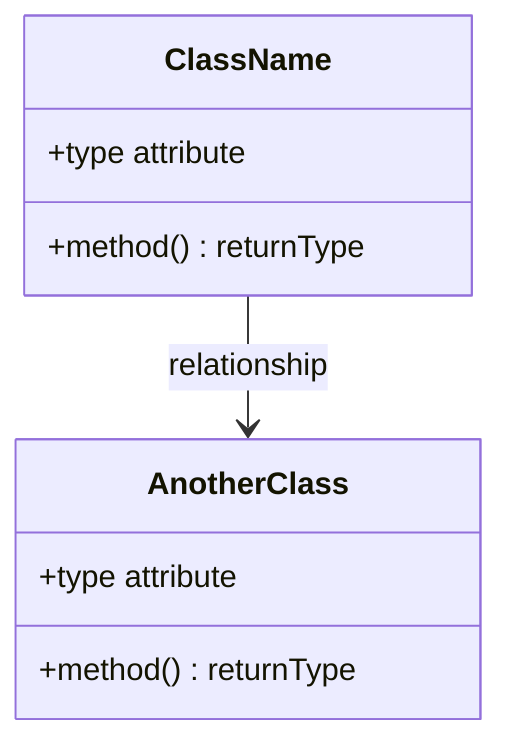
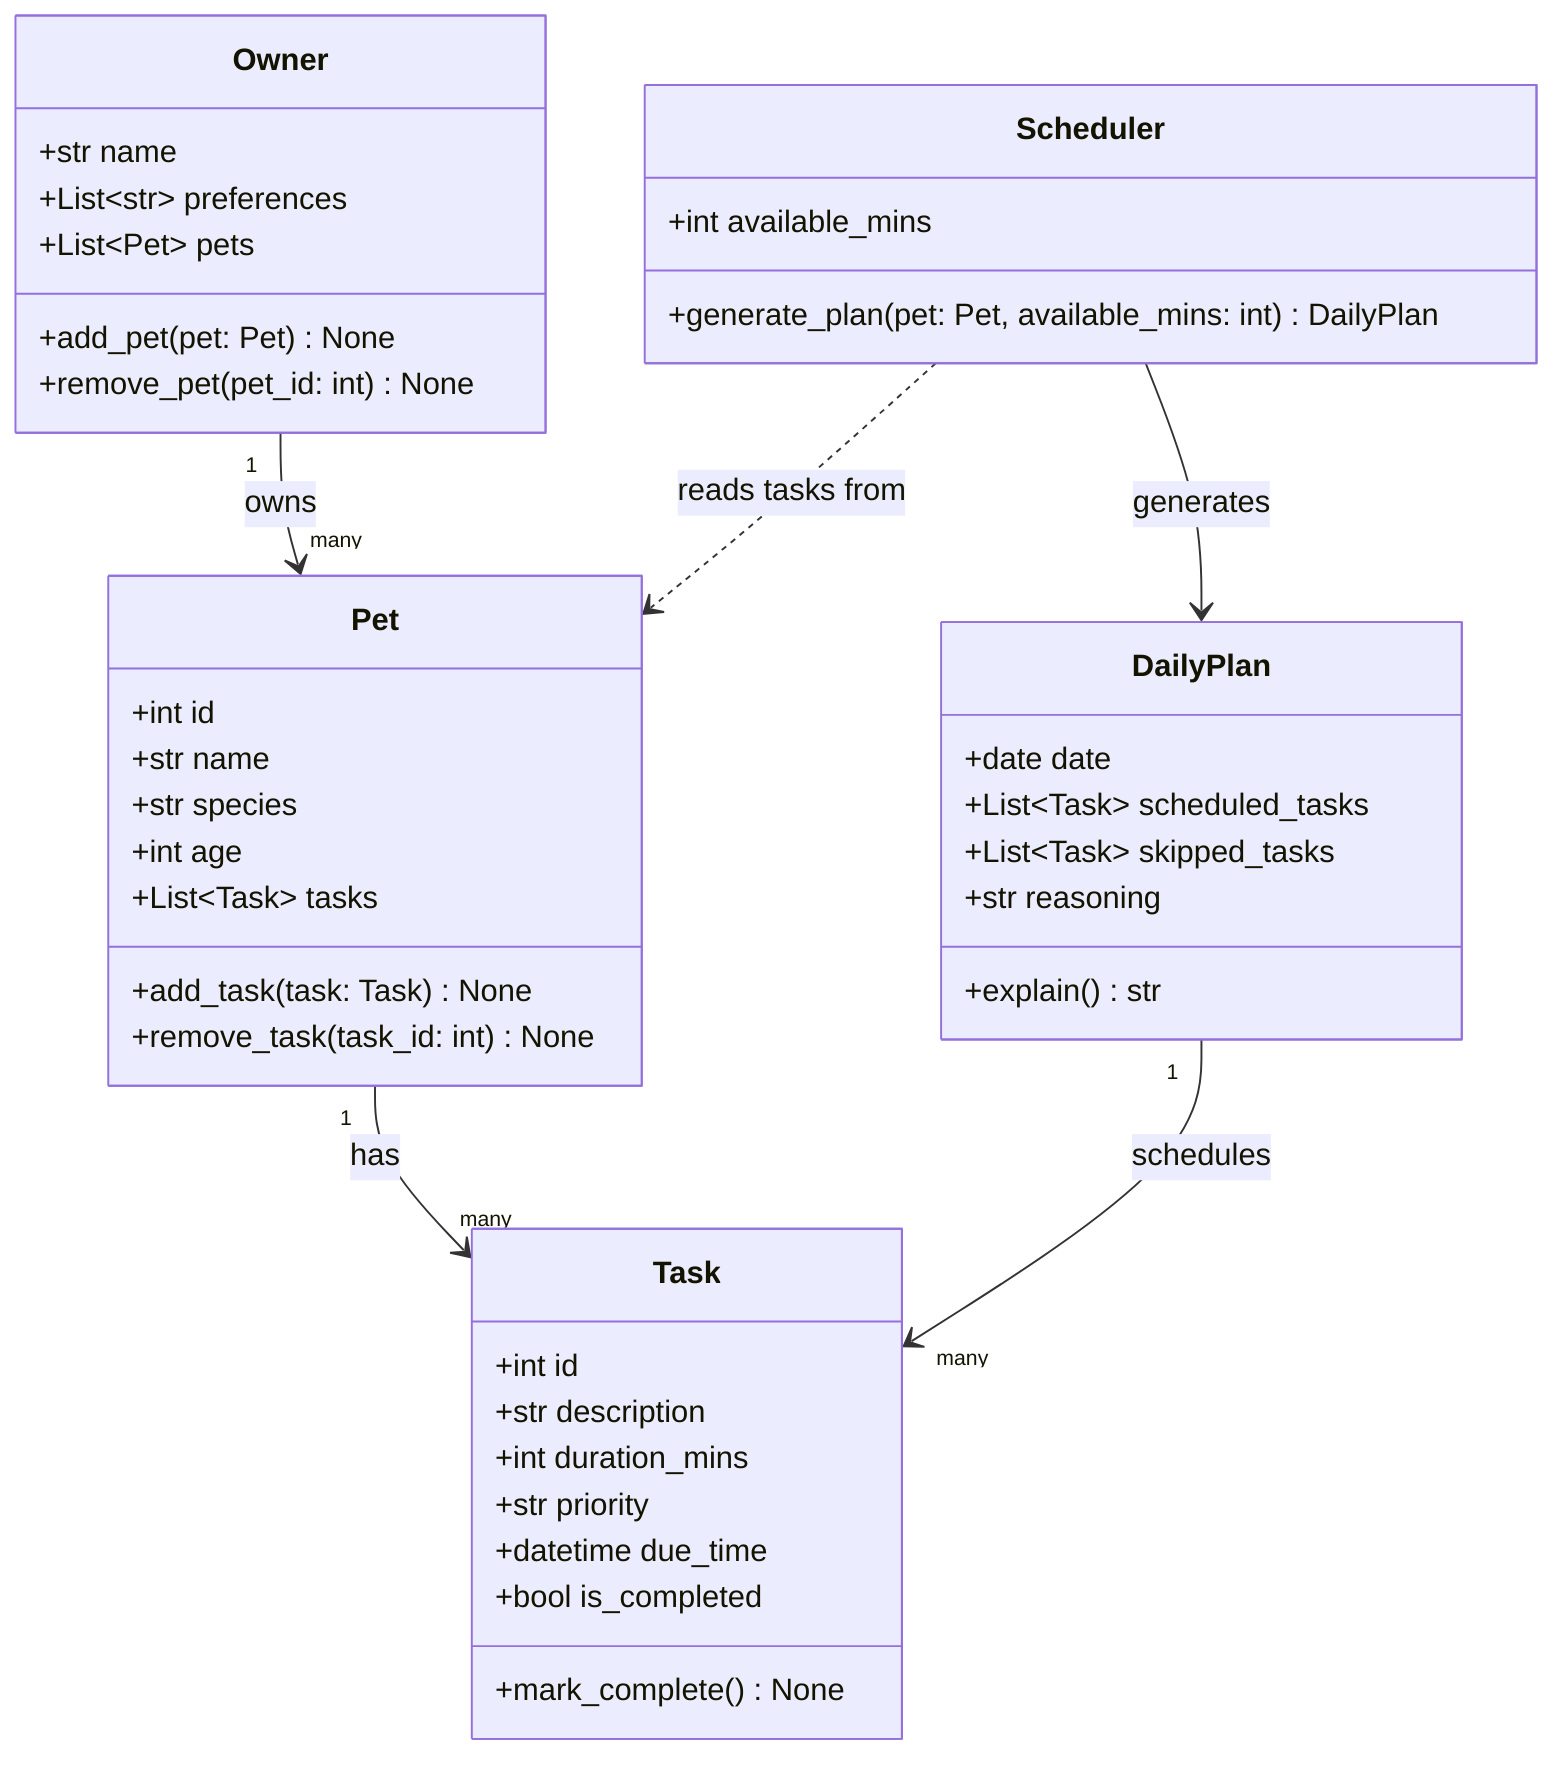
classDiagram
-     %% Replace the placeholders below with your actual classes, attributes, methods, and relationships.
-     %% Keep this file updated so it matches your final implementation.
+     %% PawPal+ domain model
+     %% Owner has Pets; Pets have Tasks; Scheduler turns a Pet's Tasks into a DailyPlan.

-     class ClassName {
-         +type attribute
-         +method() returnType
+     class Owner {
+         +str name
+         +List~str~ preferences
+         +List~Pet~ pets
+         +add_pet(pet: Pet) None
+         +remove_pet(pet_id: int) None
    }

-     class AnotherClass {
-         +type attribute
-         +method() returnType
+     class Pet {
+         +int id
+         +str name
+         +str species
+         +int age
+         +List~Task~ tasks
+         +add_task(task: Task) None
+         +remove_task(task_id: int) None
    }

-     ClassName --> AnotherClass : relationship
+     class Task {
+         +int id
+         +str description
+         +int duration_mins
+         +str priority
+         +datetime due_time
+         +bool is_completed
+         +mark_complete() None
+     }
+ 
+     class Scheduler {
+         +int available_mins
+         +generate_plan(pet: Pet, available_mins: int) DailyPlan
+     }
+ 
+     class DailyPlan {
+         +date date
+         +List~Task~ scheduled_tasks
+         +List~Task~ skipped_tasks
+         +str reasoning
+         +explain() str
+     }
+ 
+     Owner "1" --> "many" Pet : owns
+     Pet "1" --> "many" Task : has
+     Scheduler ..> Pet : reads tasks from
+     Scheduler --> DailyPlan : generates
+     DailyPlan "1" --> "many" Task : schedules
